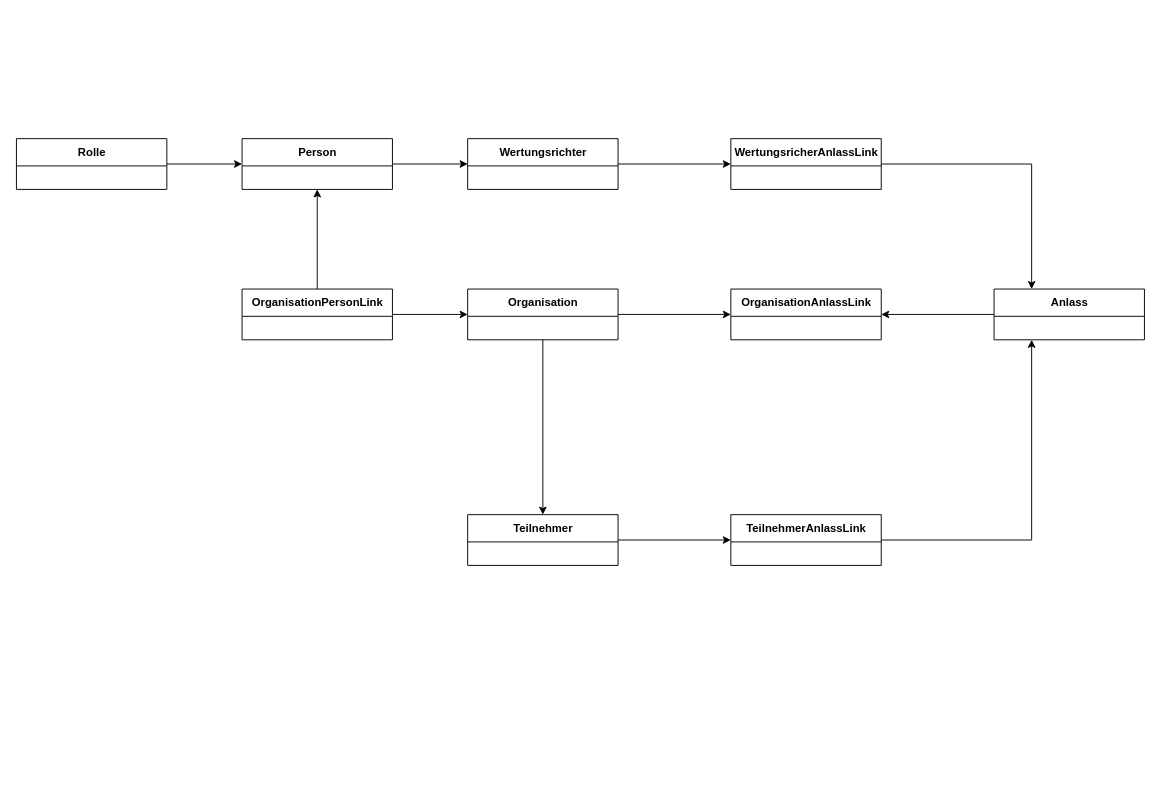
The draw.io diagram ClassenDiagram.drawio in HeinzLaetsch/ZTV_GETU_Anmeldetool, before the edit. Source tidied: cells renumbered, new cells numbered last; positions are measured from the earlier drawing's top-left corner, leaving out a move shared by most shapes. Both pictures are drawn from the tidied source at 94%, with x=0, y=0 at pixel (16, 138).
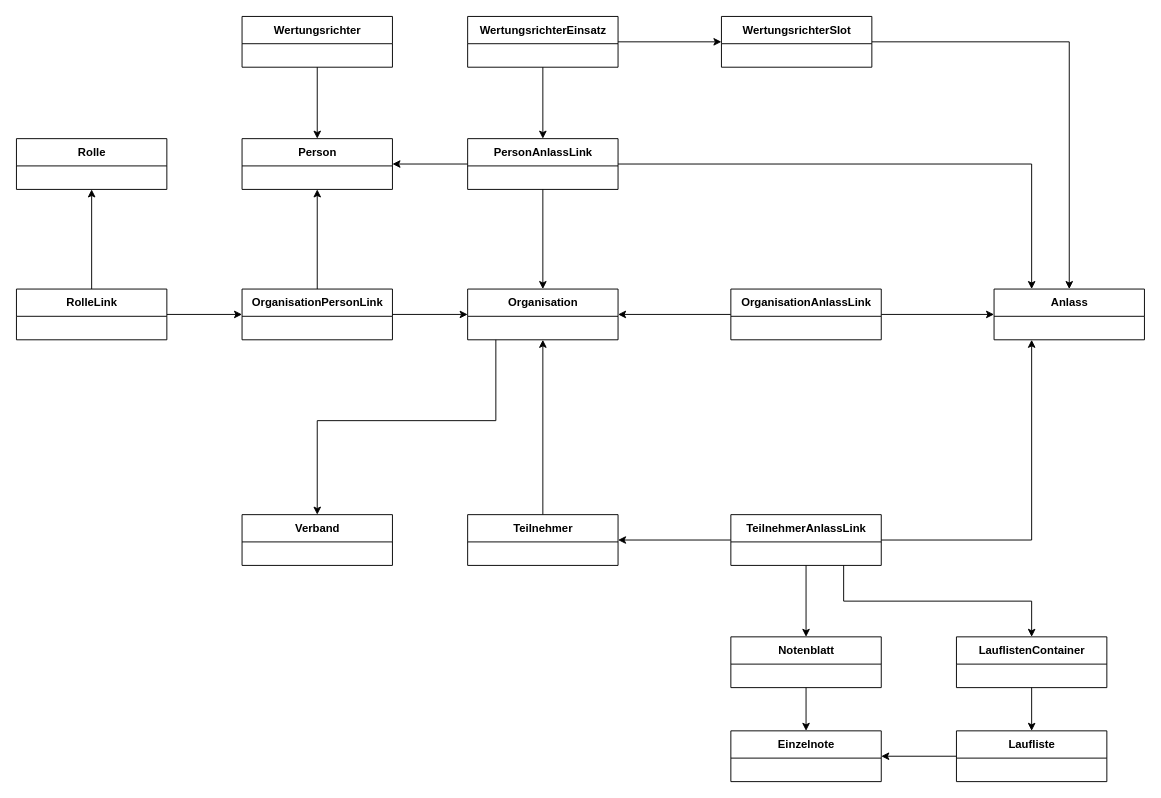
The same diagram, later.

Unchanged cells that the change refers to:
```xml
<mxCell id="4" value="Organisation" style="swimlane;fontStyle=1;align=center;verticalAlign=middle;horizontal=1;startSize=29;html=1;" parent="1" vertex="1">
  <mxGeometry x="480" y="160" width="160" height="54" as="geometry" />
</mxCell>
<mxCell id="6" value="Anlass" style="swimlane;fontStyle=1;align=center;verticalAlign=middle;horizontal=1;startSize=29;html=1;" parent="1" vertex="1">
  <mxGeometry x="1040" y="160" width="160" height="54" as="geometry" />
</mxCell>
<mxCell id="7" value="OrganisationAnlassLink" style="swimlane;fontStyle=1;align=center;verticalAlign=middle;horizontal=1;startSize=29;html=1;" parent="1" vertex="1">
  <mxGeometry x="760" y="160" width="160" height="54" as="geometry" />
</mxCell>
<mxCell id="9" value="Teilnehmer" style="swimlane;fontStyle=1;align=center;verticalAlign=middle;horizontal=1;startSize=29;html=1;" parent="1" vertex="1">
  <mxGeometry x="480" y="400" width="160" height="54" as="geometry" />
</mxCell>
<mxCell id="11" value="TeilnehmerAnlassLink" style="swimlane;fontStyle=1;align=center;verticalAlign=middle;horizontal=1;startSize=29;html=1;" parent="1" vertex="1">
  <mxGeometry x="760" y="400" width="160" height="54" as="geometry" />
</mxCell>
<mxCell id="13" value="Person" style="swimlane;fontStyle=1;align=center;verticalAlign=middle;horizontal=1;startSize=29;html=1;" parent="1" vertex="1">
  <mxGeometry x="240" width="160" height="54" as="geometry" />
</mxCell>
<mxCell id="16" value="OrganisationPersonLink" style="swimlane;fontStyle=1;align=center;verticalAlign=middle;horizontal=1;startSize=29;html=1;" parent="1" vertex="1">
  <mxGeometry x="240" y="160" width="160" height="54" as="geometry" />
</mxCell>
<mxCell id="22" value="Rolle" style="swimlane;fontStyle=1;align=center;verticalAlign=middle;horizontal=1;startSize=29;html=1;" parent="1" vertex="1">
  <mxGeometry width="160" height="54" as="geometry" />
</mxCell>
```

Change to the diagram source:
```diff
@@
-    <mxCell id="2" style="edgeStyle=orthogonalEdgeStyle;rounded=0;jettySize=auto;html=1;" parent="1" edge="1" source="4" target="7">
-      <mxGeometry relative="1" as="geometry" />
-    </mxCell>
-    <mxCell id="3" style="edgeStyle=orthogonalEdgeStyle;rounded=0;jettySize=auto;html=1;entryX=0.5;entryY=0;entryDx=0;entryDy=0;" parent="1" edge="1" source="4" target="9">
-      <mxGeometry relative="1" as="geometry" />
-    </mxCell>
+    <mxCell id="23" style="edgeStyle=orthogonalEdgeStyle;rounded=0;jettySize=auto;html=1;entryX=0.5;entryY=0;entryDx=0;entryDy=0;" parent="1" edge="1" source="4" target="33">
+      <mxGeometry relative="1" as="geometry">
+        <Array as="points">
+          <mxPoint x="510" y="300" />
+          <mxPoint x="320" y="300" />
+        </Array>
+      </mxGeometry>
+    </mxCell>
@@
-    <mxCell id="5" style="edgeStyle=orthogonalEdgeStyle;rounded=0;jettySize=auto;html=1;entryX=1;entryY=0.5;entryDx=0;entryDy=0;" parent="1" edge="1" source="6" target="7">
-      <mxGeometry relative="1" as="geometry" />
-    </mxCell>
@@
+    <mxCell id="24" style="edgeStyle=orthogonalEdgeStyle;rounded=0;jettySize=auto;html=1;entryX=0;entryY=0.5;entryDx=0;entryDy=0;" parent="1" edge="1" source="7" target="6">
+      <mxGeometry relative="1" as="geometry" />
+    </mxCell>
+    <mxCell id="25" style="edgeStyle=orthogonalEdgeStyle;rounded=0;jettySize=auto;html=1;entryX=1;entryY=0.5;entryDx=0;entryDy=0;" parent="1" edge="1" source="7" target="4">
+      <mxGeometry relative="1" as="geometry" />
+    </mxCell>
@@
-    <mxCell id="8" style="edgeStyle=orthogonalEdgeStyle;rounded=0;jettySize=auto;html=1;entryX=0;entryY=0.5;entryDx=0;entryDy=0;" parent="1" edge="1" source="9" target="11">
-      <mxGeometry relative="1" as="geometry" />
-    </mxCell>
+    <mxCell id="26" style="edgeStyle=orthogonalEdgeStyle;rounded=0;jettySize=auto;html=1;entryX=0.5;entryY=1;entryDx=0;entryDy=0;" parent="1" edge="1" source="9" target="4">
+      <mxGeometry relative="1" as="geometry" />
+    </mxCell>
@@
+    <mxCell id="27" style="edgeStyle=orthogonalEdgeStyle;rounded=0;jettySize=auto;html=1;entryX=1;entryY=0.5;entryDx=0;entryDy=0;" parent="1" edge="1" source="11" target="9">
+      <mxGeometry relative="1" as="geometry" />
+    </mxCell>
+    <mxCell id="28" style="edgeStyle=orthogonalEdgeStyle;rounded=0;jettySize=auto;html=1;" parent="1" edge="1" source="11" target="43">
+      <mxGeometry relative="1" as="geometry" />
+    </mxCell>
+    <mxCell id="29" style="edgeStyle=orthogonalEdgeStyle;rounded=0;jettySize=auto;html=1;entryX=0.5;entryY=0;entryDx=0;entryDy=0;exitX=0.75;exitY=1;exitDx=0;exitDy=0;" parent="1" edge="1" source="11" target="45">
+      <mxGeometry relative="1" as="geometry" />
+    </mxCell>
@@
-    <mxCell id="12" style="edgeStyle=orthogonalEdgeStyle;rounded=0;jettySize=auto;html=1;entryX=0;entryY=0.5;entryDx=0;entryDy=0;" parent="1" edge="1" source="13" target="18">
-      <mxGeometry relative="1" as="geometry" />
-    </mxCell>
@@
-    <mxCell id="17" style="edgeStyle=orthogonalEdgeStyle;rounded=0;jettySize=auto;html=1;entryX=0;entryY=0.5;entryDx=0;entryDy=0;" parent="1" edge="1" source="18" target="20">
-      <mxGeometry relative="1" as="geometry" />
-    </mxCell>
+    <mxCell id="30" style="edgeStyle=orthogonalEdgeStyle;rounded=0;jettySize=auto;html=1;entryX=0.5;entryY=0;entryDx=0;entryDy=0;" parent="1" edge="1" source="18" target="13">
+      <mxGeometry relative="1" as="geometry" />
+    </mxCell>
     <mxCell id="18" value="Wertungsrichter" style="swimlane;fontStyle=1;align=center;verticalAlign=middle;horizontal=1;startSize=29;html=1;" parent="1" vertex="1">
-      <mxGeometry x="480" width="160" height="54" as="geometry" />
+      <mxGeometry x="240" y="-130" width="160" height="54" as="geometry" />
     </mxCell>
@@
+    <mxCell id="31" style="edgeStyle=orthogonalEdgeStyle;rounded=0;jettySize=auto;html=1;" parent="1" edge="1" source="20" target="13">
+      <mxGeometry relative="1" as="geometry" />
+    </mxCell>
+    <mxCell id="32" style="edgeStyle=orthogonalEdgeStyle;rounded=0;jettySize=auto;html=1;entryX=0.5;entryY=0;entryDx=0;entryDy=0;exitX=0.5;exitY=1;exitDx=0;exitDy=0;" parent="1" edge="1" source="20" target="4">
+      <mxGeometry relative="1" as="geometry" />
+    </mxCell>
-    <mxCell id="20" value="WertungsricherAnlassLink" style="swimlane;fontStyle=1;align=center;verticalAlign=middle;horizontal=1;startSize=29;html=1;" parent="1" vertex="1">
-      <mxGeometry x="760" width="160" height="54" as="geometry" />
+    <mxCell id="20" value="PersonAnlassLink" style="swimlane;fontStyle=1;align=center;verticalAlign=middle;horizontal=1;startSize=29;html=1;" parent="1" vertex="1">
+      <mxGeometry x="480" width="160" height="54" as="geometry" />
     </mxCell>
-    <mxCell id="21" style="edgeStyle=orthogonalEdgeStyle;rounded=0;jettySize=auto;html=1;entryX=0;entryY=0.5;entryDx=0;entryDy=0;" parent="1" edge="1" source="22" target="13">
-      <mxGeometry relative="1" as="geometry" />
-    </mxCell>
@@
+    <mxCell id="33" value="Verband" style="swimlane;fontStyle=1;align=center;verticalAlign=middle;horizontal=1;startSize=29;html=1;" parent="1" vertex="1">
+      <mxGeometry x="240" y="400" width="160" height="54" as="geometry" />
+    </mxCell>
+    <mxCell id="34" style="edgeStyle=orthogonalEdgeStyle;rounded=0;jettySize=auto;html=1;entryX=0.5;entryY=0;entryDx=0;entryDy=0;" parent="1" edge="1" source="35" target="6">
+      <mxGeometry relative="1" as="geometry" />
+    </mxCell>
+    <mxCell id="35" value="WertungsrichterSlot" style="swimlane;fontStyle=1;align=center;verticalAlign=middle;horizontal=1;startSize=29;html=1;" parent="1" vertex="1">
+      <mxGeometry x="750" y="-130" width="160" height="54" as="geometry" />
+    </mxCell>
+    <mxCell id="36" style="edgeStyle=orthogonalEdgeStyle;rounded=0;jettySize=auto;html=1;entryX=0.5;entryY=0;entryDx=0;entryDy=0;" parent="1" edge="1" source="38" target="20">
+      <mxGeometry relative="1" as="geometry" />
+    </mxCell>
+    <mxCell id="37" style="edgeStyle=orthogonalEdgeStyle;rounded=0;jettySize=auto;html=1;" parent="1" edge="1" source="38" target="35">
+      <mxGeometry relative="1" as="geometry" />
+    </mxCell>
+    <mxCell id="38" value="WertungsrichterEinsatz" style="swimlane;fontStyle=1;align=center;verticalAlign=middle;horizontal=1;startSize=29;html=1;" parent="1" vertex="1">
+      <mxGeometry x="480" y="-130" width="160" height="54" as="geometry" />
+    </mxCell>
+    <mxCell id="39" style="edgeStyle=orthogonalEdgeStyle;rounded=0;jettySize=auto;html=1;entryX=0.5;entryY=1;entryDx=0;entryDy=0;" parent="1" edge="1" source="41" target="22">
+      <mxGeometry relative="1" as="geometry" />
+    </mxCell>
+    <mxCell id="40" style="edgeStyle=orthogonalEdgeStyle;rounded=0;jettySize=auto;html=1;entryX=0;entryY=0.5;entryDx=0;entryDy=0;" parent="1" edge="1" source="41" target="16">
+      <mxGeometry relative="1" as="geometry" />
+    </mxCell>
+    <mxCell id="41" value="RolleLink" style="swimlane;fontStyle=1;align=center;verticalAlign=middle;horizontal=1;startSize=29;html=1;" parent="1" vertex="1">
+      <mxGeometry y="160" width="160" height="54" as="geometry" />
+    </mxCell>
+    <mxCell id="42" style="edgeStyle=orthogonalEdgeStyle;rounded=0;jettySize=auto;html=1;entryX=0.5;entryY=0;entryDx=0;entryDy=0;" parent="1" edge="1" source="43" target="48">
+      <mxGeometry relative="1" as="geometry" />
+    </mxCell>
+    <mxCell id="43" value="Notenblatt" style="swimlane;fontStyle=1;align=center;verticalAlign=middle;horizontal=1;startSize=29;html=1;" parent="1" vertex="1">
+      <mxGeometry x="760" y="530" width="160" height="54" as="geometry" />
+    </mxCell>
+    <mxCell id="44" style="edgeStyle=orthogonalEdgeStyle;rounded=0;jettySize=auto;html=1;entryX=0.5;entryY=0;entryDx=0;entryDy=0;" parent="1" edge="1" source="45" target="47">
+      <mxGeometry relative="1" as="geometry" />
+    </mxCell>
+    <mxCell id="45" value="LauflistenContainer" style="swimlane;fontStyle=1;align=center;verticalAlign=middle;horizontal=1;startSize=29;html=1;" parent="1" vertex="1">
+      <mxGeometry x="1000" y="530" width="160" height="54" as="geometry" />
+    </mxCell>
+    <mxCell id="46" style="edgeStyle=orthogonalEdgeStyle;rounded=0;jettySize=auto;html=1;" parent="1" edge="1" source="47" target="48">
+      <mxGeometry relative="1" as="geometry" />
+    </mxCell>
+    <mxCell id="47" value="Laufliste" style="swimlane;fontStyle=1;align=center;verticalAlign=middle;horizontal=1;startSize=29;html=1;" parent="1" vertex="1">
+      <mxGeometry x="1000" y="630" width="160" height="54" as="geometry" />
+    </mxCell>
+    <mxCell id="48" value="Einzelnote" style="swimlane;fontStyle=1;align=center;verticalAlign=middle;horizontal=1;startSize=29;html=1;" parent="1" vertex="1">
+      <mxGeometry x="760" y="630" width="160" height="54" as="geometry" />
+    </mxCell>
```
